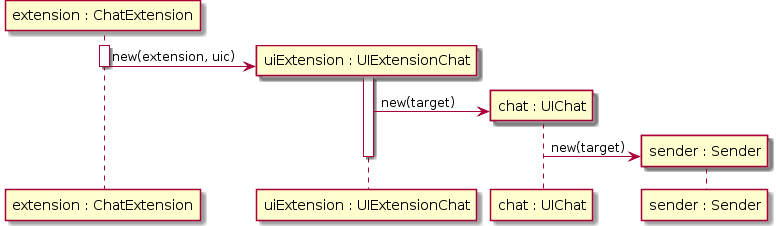
BeatrizSeabra/Project_Excel_Java keeps this PlantUML diagram as src/csheets/userstories/us079/doc-files/us079_design_sender.png. Above is the earlier version. The source it was exported from:
```plantuml
@startuml
participant "extension : ChatExtension" as EExample
 participant "uiExtension : UIExtensionChat" as UIExt
 participant "chat : UIChat" as ch
 participant "sender : Sender" as snd
 	activate EExample
 	create UIExt
 	EExample -> UIExt : new(extension, uic)
 	deactivate EExample
 	activate UIExt
 	create ch
        UIExt -> ch: new(target)
        create snd
        ch -> snd: new(target)
 	deactivate UIExt
@enduml
```
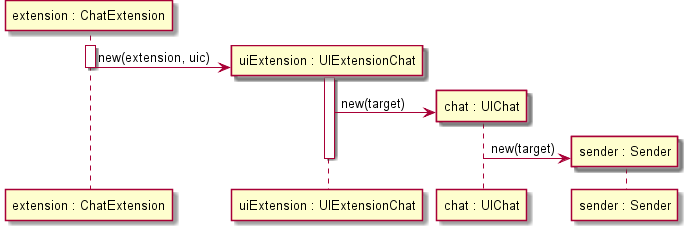
The same file after the commit.

Diff of the diagram source:
```diff
@@ -1,5 +1,5 @@
-@startuml
-participant "extension : ChatExtension" as EExample
+@startuml doc-files/us079_design_sender.png
+ participant "extension : ChatExtension" as EExample
  participant "uiExtension : UIExtensionChat" as UIExt
  participant "chat : UIChat" as ch
  participant "sender : Sender" as snd
@@ -13,4 +13,5 @@
         create snd
         ch -> snd: new(target)
  	deactivate UIExt
+
 @enduml
```
